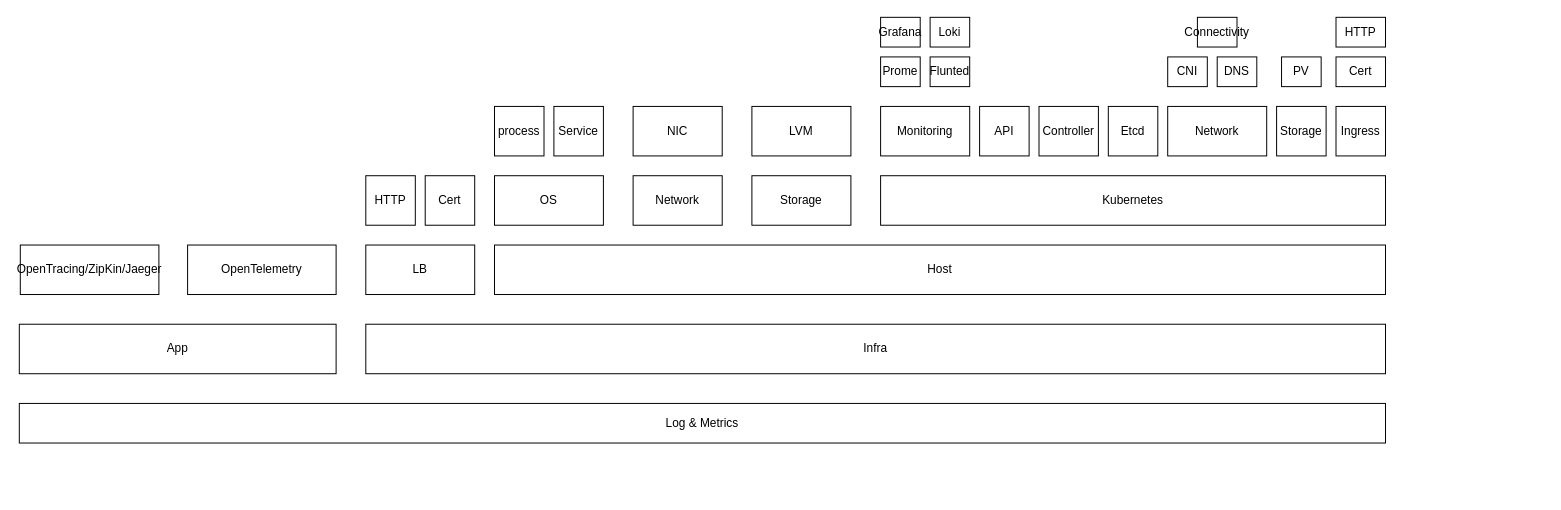
Before: Untitled Diagram.drawio in paulfirelordmu/PDF, a draw.io diagram. Source tidied: cells renumbered, new cells numbered last; positions are measured from the earlier drawing's top-left corner, leaving out a move shared by most shapes. Both pictures are drawn from the tidied source at 99%, with x=0, y=0 at pixel (19, 17).
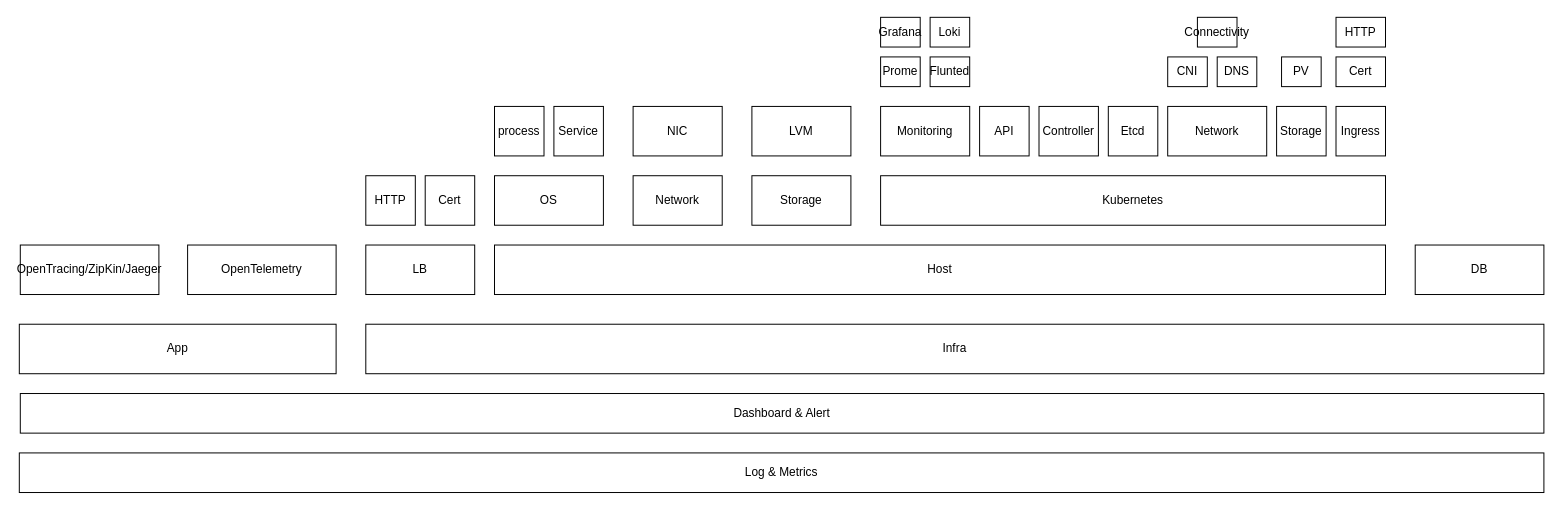
The same diagram, later.

Change to the diagram source:
```diff
@@
     <mxCell id="3" value="Infra" style="rounded=0;whiteSpace=wrap;html=1;" parent="1" vertex="1">
-      <mxGeometry x="350" y="310" width="1030" height="50" as="geometry" />
+      <mxGeometry x="350" y="310" width="1190" height="50" as="geometry" />
     </mxCell>
@@
     <mxCell id="9" value="Log &amp;amp; Metrics" style="rounded=0;whiteSpace=wrap;html=1;" parent="1" vertex="1">
-      <mxGeometry y="390" width="1380" height="40" as="geometry" />
+      <mxGeometry y="440" width="1540" height="40" as="geometry" />
     </mxCell>
@@
+    <mxCell id="36" value="Dashboard &amp;amp; Alert" style="rounded=0;whiteSpace=wrap;html=1;" parent="1" vertex="1">
+      <mxGeometry x="1" y="380" width="1539" height="40" as="geometry" />
+    </mxCell>
+    <mxCell id="37" value="DB" style="rounded=0;whiteSpace=wrap;html=1;" parent="1" vertex="1">
+      <mxGeometry x="1410" y="230" width="130" height="50" as="geometry" />
+    </mxCell>
```
